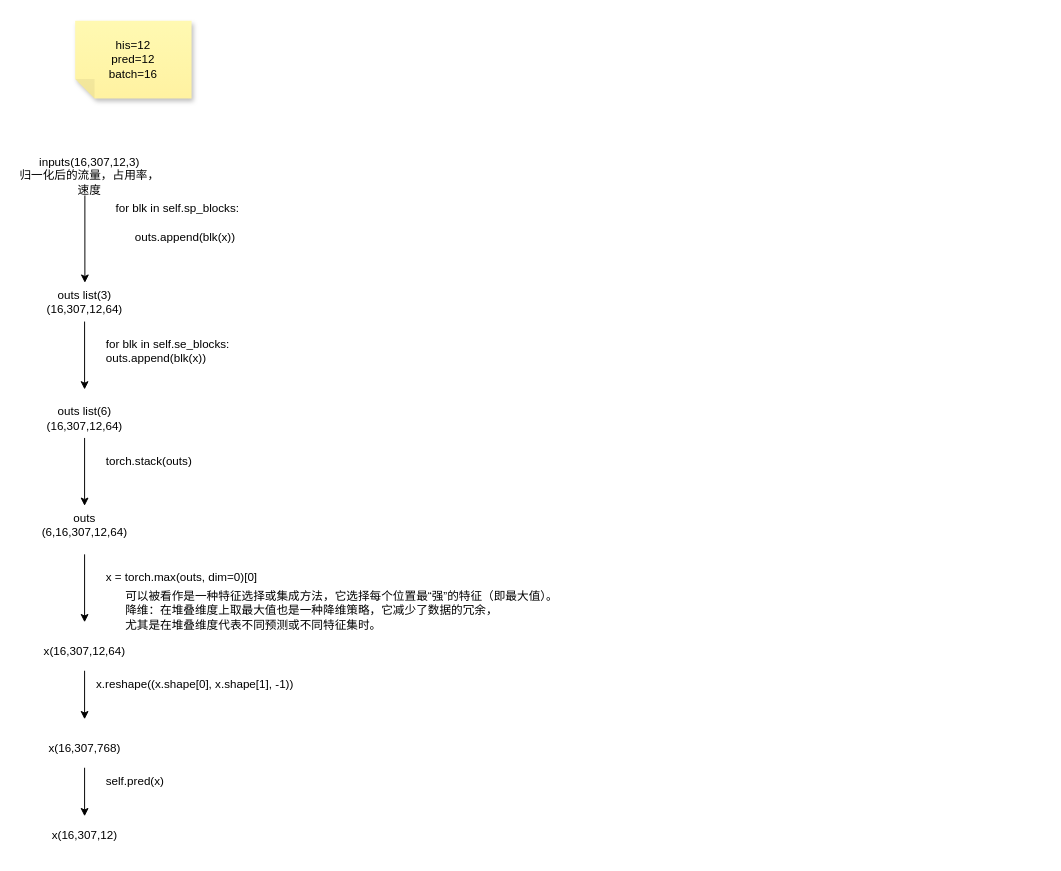
The draw.io diagram KDD2021_STGODE/STGODE.drawio in turmony/ModelInfo, before the edit. Source tidied: cells renumbered, new cells numbered last; positions are measured from the earlier drawing's top-left corner, leaving out a move shared by most shapes. Both pictures are drawn from the tidied source at 97%, with x=0, y=0 at pixel (16, 20).
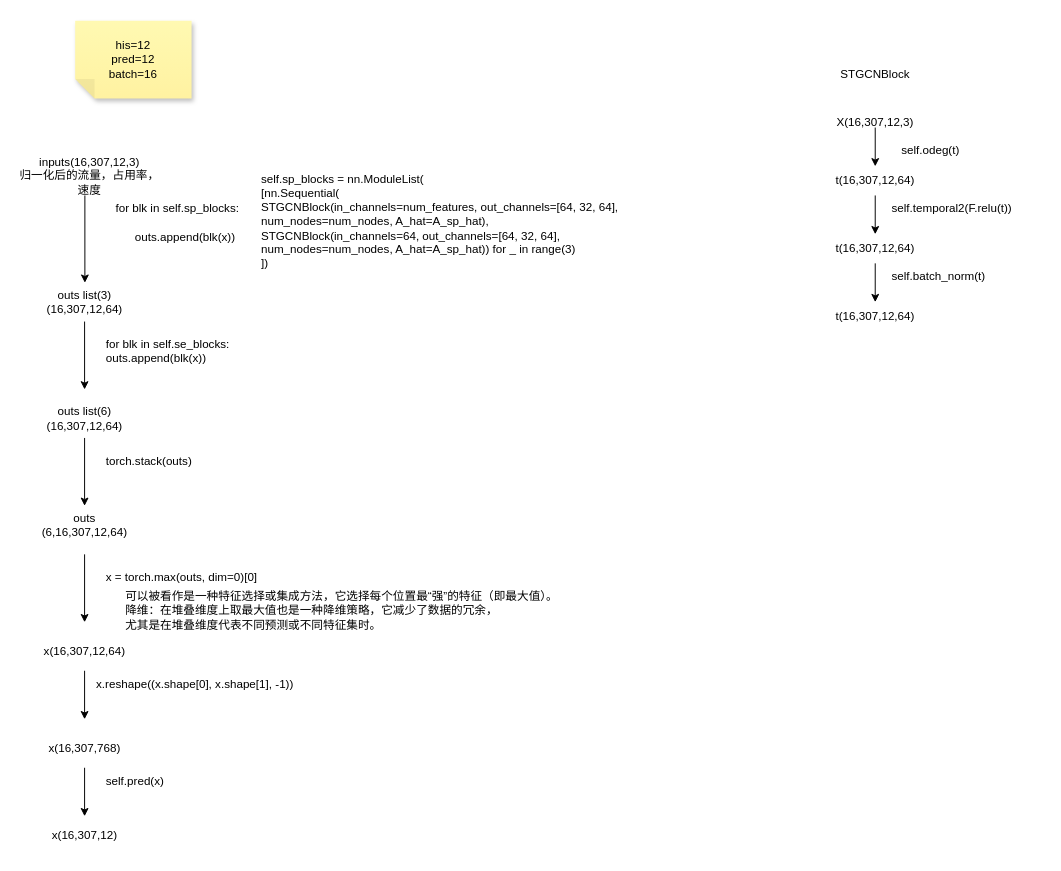
The same page after the edit.

Diff of the diagram source:
```diff
@@
+    <mxCell id="23" value="self.sp_blocks = nn.ModuleList( &#10;            [nn.Sequential( &#10;                STGCNBlock(in_channels=num_features, out_channels=[64, 32, 64], &#10;                num_nodes=num_nodes, A_hat=A_sp_hat), &#10;                STGCNBlock(in_channels=64, out_channels=[64, 32, 64], &#10;                num_nodes=num_nodes, A_hat=A_sp_hat)) for _ in range(3) &#10;            ])" style="text;whiteSpace=wrap;html=1;" parent="1" vertex="1">
+      <mxGeometry x="250" y="150" width="400" height="120" as="geometry" />
+    </mxCell>
+    <mxCell id="24" value="STGCNBlock" style="text;strokeColor=none;align=center;fillColor=none;html=1;verticalAlign=middle;whiteSpace=wrap;rounded=0;" parent="1" vertex="1">
+      <mxGeometry x="840" y="40" width="90" height="30" as="geometry" />
+    </mxCell>
+    <mxCell id="25" value="X(16,307,12,3)" style="text;strokeColor=none;align=center;fillColor=none;html=1;verticalAlign=middle;whiteSpace=wrap;rounded=0;" parent="1" vertex="1">
+      <mxGeometry x="830" y="90" width="110" height="30" as="geometry" />
+    </mxCell>
+    <mxCell id="26" style="endArrow=classic;html=1;rounded=0;" parent="1" edge="1">
+      <mxGeometry relative="1" as="geometry">
+        <mxPoint x="884.8" y="110" as="sourcePoint" />
+        <mxPoint x="884.8" y="150" as="targetPoint" />
+      </mxGeometry>
+    </mxCell>
+    <mxCell id="27" value="t(16,307,12,64)" style="text;strokeColor=none;align=center;fillColor=none;html=1;verticalAlign=middle;whiteSpace=wrap;rounded=0;" parent="1" vertex="1">
+      <mxGeometry x="830" y="150" width="110" height="30" as="geometry" />
+    </mxCell>
+    <mxCell id="28" value="self.odeg(t)" style="text;whiteSpace=wrap;html=1;" parent="1" vertex="1">
+      <mxGeometry x="910" y="120" width="90" height="40" as="geometry" />
+    </mxCell>
+    <mxCell id="29" style="endArrow=classic;html=1;rounded=0;" parent="1" edge="1">
+      <mxGeometry relative="1" as="geometry">
+        <mxPoint x="884.8" y="180" as="sourcePoint" />
+        <mxPoint x="884.8" y="220" as="targetPoint" />
+      </mxGeometry>
+    </mxCell>
+    <mxCell id="30" value="t(16,307,12,64)" style="text;strokeColor=none;align=center;fillColor=none;html=1;verticalAlign=middle;whiteSpace=wrap;rounded=0;" parent="1" vertex="1">
+      <mxGeometry x="830" y="220" width="110" height="30" as="geometry" />
+    </mxCell>
+    <mxCell id="31" value="self.temporal2(F.relu(t))" style="text;whiteSpace=wrap;html=1;" parent="1" vertex="1">
+      <mxGeometry x="900" y="180" width="160" height="40" as="geometry" />
+    </mxCell>
+    <mxCell id="32" value="self.batch_norm(t)" style="text;whiteSpace=wrap;html=1;" parent="1" vertex="1">
+      <mxGeometry x="900" y="250" width="130" height="40" as="geometry" />
+    </mxCell>
+    <mxCell id="33" style="endArrow=classic;html=1;rounded=0;" parent="1" edge="1">
+      <mxGeometry relative="1" as="geometry">
+        <mxPoint x="884.8" y="250" as="sourcePoint" />
+        <mxPoint x="884.8" y="290" as="targetPoint" />
+      </mxGeometry>
+    </mxCell>
+    <mxCell id="34" value="t(16,307,12,64)" style="text;strokeColor=none;align=center;fillColor=none;html=1;verticalAlign=middle;whiteSpace=wrap;rounded=0;" parent="1" vertex="1">
+      <mxGeometry x="830" y="290" width="110" height="30" as="geometry" />
+    </mxCell>
```
